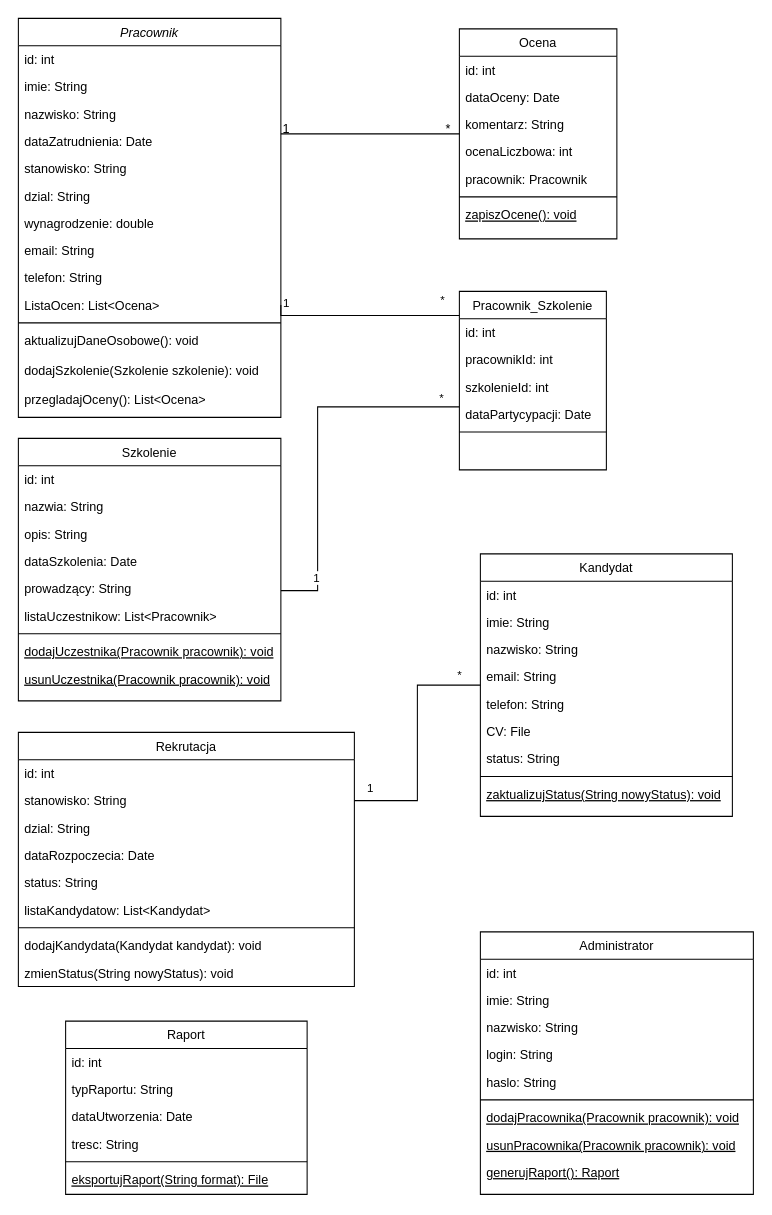
mamilcza/ISAS keeps this draw.io diagram as diagramKlas.drawio. Above is the earlier version. Source tidied: cells renumbered, new cells numbered last; positions are measured from the earlier drawing's top-left corner, leaving out a move shared by most shapes. Both pictures are drawn from the tidied source at 105%, with x=0, y=0 at pixel (18, 18).
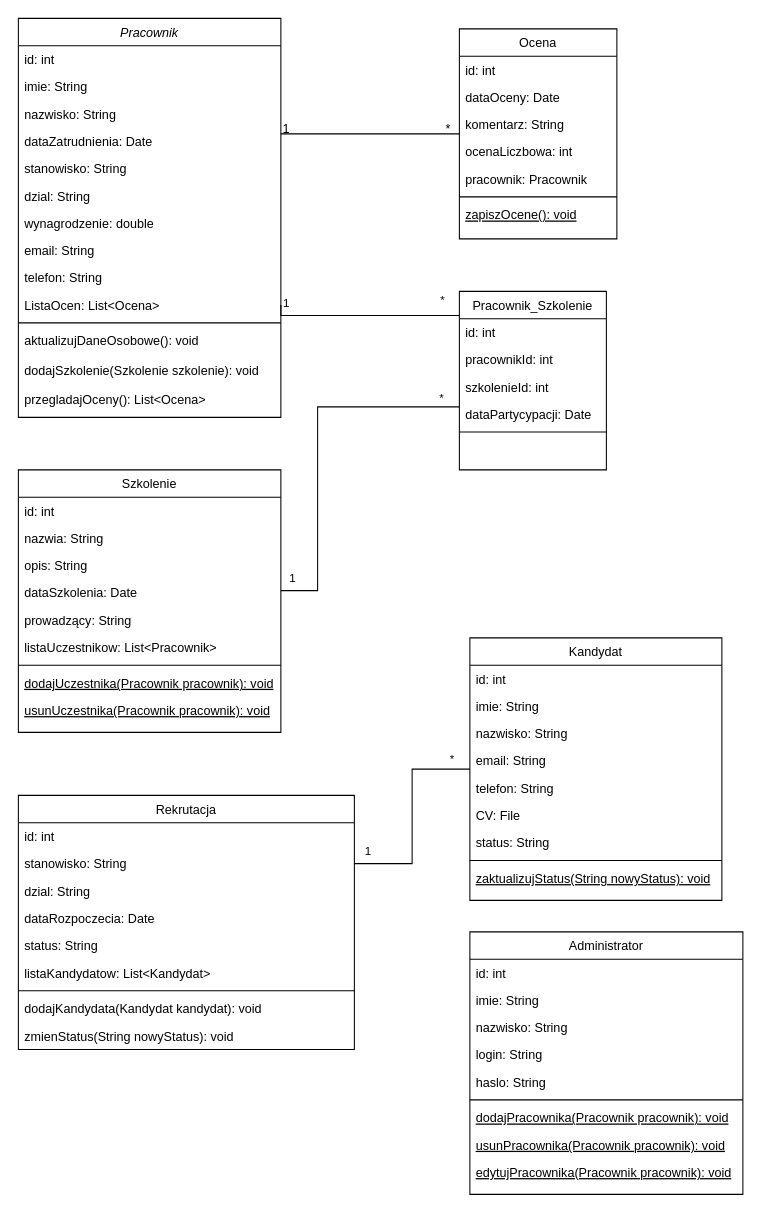
Above is the later version.

Commit message (it also covers changes not shown here):
skasowanie klasy Raport

Unchanged cells that the change refers to:
```xml
<mxCell id="84" style="edgeStyle=orthogonalEdgeStyle;rounded=0;jettySize=auto;html=1;endArrow=none;endFill=0;" parent="1" edge="1" source="75" target="40">
  <mxGeometry relative="1" as="geometry">
    <Array as="points">
      <mxPoint x="285" y="370" />
      <mxPoint x="285" y="545" />
    </Array>
  </mxGeometry>
</mxCell>
```

The edit, as a diff of the source:
```diff
@@
     <mxCell id="17" value="Kandydat" style="swimlane;fontStyle=0;align=center;verticalAlign=top;horizontal=1;startSize=26;rounded=0;shadow=0;strokeWidth=1;" parent="1" vertex="1">
-      <mxGeometry x="440" y="510" width="240" height="250" as="geometry" />
+      <mxGeometry x="430" y="590" width="240" height="250" as="geometry" />
     </mxCell>
@@
     <mxCell id="27" value="Rekrutacja" style="swimlane;fontStyle=0;align=center;verticalAlign=top;horizontal=1;startSize=26;rounded=0;shadow=0;strokeWidth=1;" parent="1" vertex="1">
-      <mxGeometry y="680" width="320" height="242" as="geometry" />
+      <mxGeometry y="740" width="320" height="242" as="geometry" />
     </mxCell>
@@
     <mxCell id="40" value="Szkolenie" style="swimlane;fontStyle=0;align=center;verticalAlign=top;horizontal=1;startSize=26;rounded=0;shadow=0;strokeWidth=1;" parent="1" vertex="1">
-      <mxGeometry y="400" width="250" height="250" as="geometry" />
+      <mxGeometry y="430" width="250" height="250" as="geometry" />
     </mxCell>
@@
     <mxCell id="58" value="Administrator" style="swimlane;fontStyle=0;align=center;verticalAlign=top;horizontal=1;startSize=26;rounded=0;shadow=0;strokeWidth=1;" parent="1" vertex="1">
-      <mxGeometry x="440" y="870" width="260" height="250" as="geometry" />
+      <mxGeometry x="430" y="870" width="260" height="250" as="geometry" />
     </mxCell>
@@
-    <mxCell id="67" value="generujRaport(): Raport" style="text;align=left;verticalAlign=top;spacingLeft=4;spacingRight=4;overflow=hidden;fontStyle=4;" parent="58" vertex="1">
+    <mxCell id="67" value="edytujPracownika(Pracownik pracownik): void" style="text;align=left;verticalAlign=top;spacingLeft=4;spacingRight=4;overflow=hidden;fontStyle=4;" parent="58" vertex="1">
       <mxGeometry y="216" width="260" height="26" as="geometry" />
     </mxCell>
-    <mxCell id="68" value="Raport" style="swimlane;fontStyle=0;align=center;verticalAlign=top;horizontal=1;startSize=26;rounded=0;shadow=0;strokeWidth=1;" parent="1" vertex="1">
-      <mxGeometry x="45" y="955" width="230" height="165" as="geometry" />
-    </mxCell>
-    <mxCell id="69" value="id: int" style="text;align=left;verticalAlign=top;spacingLeft=4;spacingRight=4;overflow=hidden;" parent="68" vertex="1">
-      <mxGeometry y="26" width="230" height="26" as="geometry" />
-    </mxCell>
-    <mxCell id="70" value="typRaportu: String" style="text;align=left;verticalAlign=top;spacingLeft=4;spacingRight=4;overflow=hidden;" parent="68" vertex="1">
-      <mxGeometry y="52" width="230" height="26" as="geometry" />
-    </mxCell>
-    <mxCell id="71" value="dataUtworzenia: Date" style="text;align=left;verticalAlign=top;spacingLeft=4;spacingRight=4;overflow=hidden;" parent="68" vertex="1">
-      <mxGeometry y="78" width="230" height="26" as="geometry" />
-    </mxCell>
-    <mxCell id="72" value="tresc: String" style="text;align=left;verticalAlign=top;spacingLeft=4;spacingRight=4;overflow=hidden;" parent="68" vertex="1">
-      <mxGeometry y="104" width="230" height="26" as="geometry" />
-    </mxCell>
-    <mxCell id="73" style="line;html=1;strokeWidth=1;align=left;verticalAlign=middle;spacingTop=-1;spacingLeft=3;spacingRight=3;labelPosition=right;" parent="68" vertex="1">
-      <mxGeometry y="130" width="230" height="8" as="geometry" />
-    </mxCell>
-    <mxCell id="74" value="eksportujRaport(String format): File" style="text;align=left;verticalAlign=top;spacingLeft=4;spacingRight=4;overflow=hidden;fontStyle=4;" parent="68" vertex="1">
-      <mxGeometry y="138" width="230" height="26" as="geometry" />
-    </mxCell>
@@
     <mxCell id="86" value="1" style="edgeLabel;html=1;align=center;verticalAlign=middle;" parent="84" vertex="1">
       <mxGeometry x="0.81" y="1" relative="1" as="geometry">
-        <mxPoint y="-14" as="offset" />
+        <mxPoint x="-23" y="-14" as="offset" />
       </mxGeometry>
     </mxCell>
```
